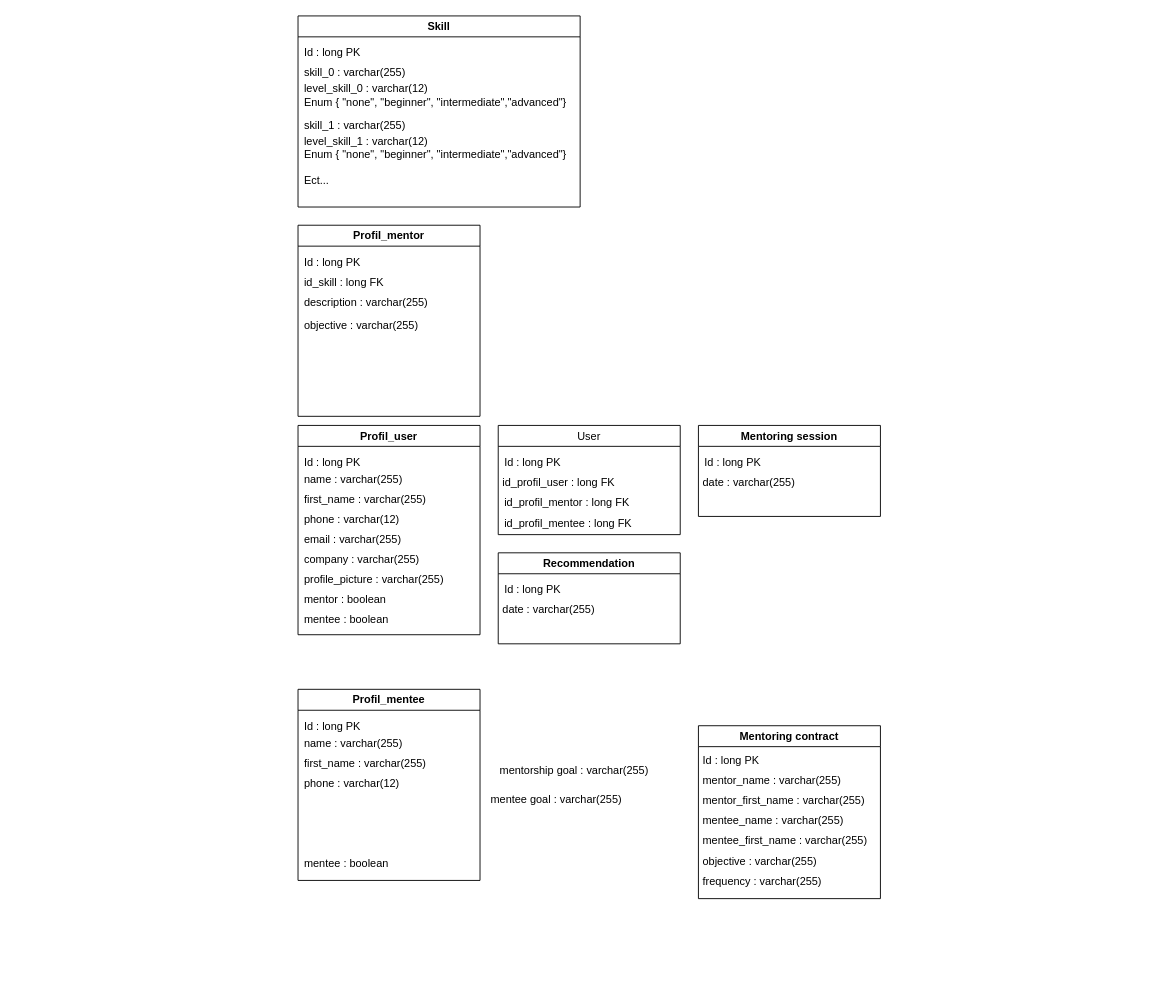
Earlier version of the draw.io diagram Modèle de domaine/Untitled Diagram.drawio (qbeAccountPro/beraud-quentin-projet-3). Source tidied: cells renumbered, new cells numbered last; positions are measured from the earlier drawing's top-left corner, leaving out a move shared by most shapes. Both pictures are drawn from the tidied source at 91%, with x=0, y=0 at pixel (298, 15).
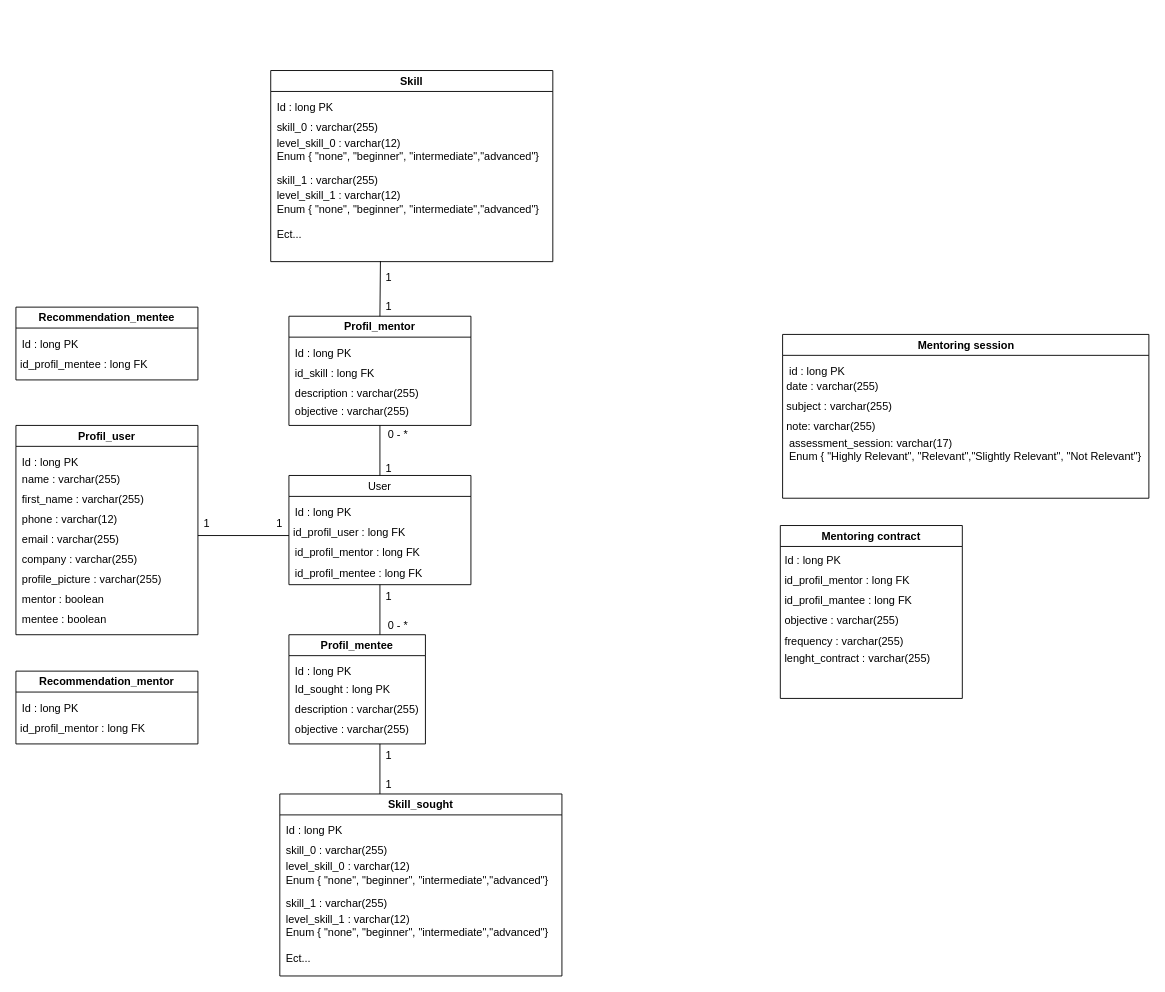
After the change.

Diff of the diagram source:
```diff
@@
     <mxCell id="2" value="User" style="swimlane;whiteSpace=wrap;html=1;fontStyle=0;" parent="1" vertex="1">
-      <mxGeometry x="220" y="450" width="200" height="120" as="geometry" />
+      <mxGeometry x="-10" y="505" width="200" height="120" as="geometry" />
     </mxCell>
@@
     <mxCell id="7" value="Mentoring session" style="swimlane;whiteSpace=wrap;html=1;startSize=23;" parent="1" vertex="1">
-      <mxGeometry x="440" y="450" width="200" height="100" as="geometry" />
+      <mxGeometry x="532.5" y="350" width="402.5" height="180" as="geometry" />
     </mxCell>
-    <mxCell id="8" value="&lt;span style=&quot;background-color: initial;&quot;&gt;Id : long PK&lt;/span&gt;" style="text;html=1;strokeColor=none;fillColor=none;align=left;verticalAlign=middle;whiteSpace=wrap;rounded=0;fontStyle=0;" parent="7" vertex="1">
+    <mxCell id="8" value="&lt;span style=&quot;background-color: initial;&quot;&gt;id : long PK&lt;/span&gt;" style="text;html=1;strokeColor=none;fillColor=none;align=left;verticalAlign=middle;whiteSpace=wrap;rounded=0;fontStyle=0;" parent="7" vertex="1">
       <mxGeometry x="5" y="30" width="195" height="22" as="geometry" />
     </mxCell>
     <mxCell id="9" value="&lt;span style=&quot;background-color: initial;&quot;&gt;date :&amp;nbsp;&lt;/span&gt;varchar(255)" style="text;html=1;strokeColor=none;fillColor=none;align=left;verticalAlign=middle;whiteSpace=wrap;rounded=0;fontStyle=0;" parent="7" vertex="1">
-      <mxGeometry x="2.5" y="52" width="195" height="22" as="geometry" />
+      <mxGeometry x="2.5" y="47" width="195" height="22" as="geometry" />
     </mxCell>
+    <mxCell id="51" value="&lt;span style=&quot;background-color: initial;&quot;&gt;subject :&amp;nbsp;&lt;/span&gt;varchar(255)" style="text;html=1;strokeColor=none;fillColor=none;align=left;verticalAlign=middle;whiteSpace=wrap;rounded=0;fontStyle=0;" parent="7" vertex="1">
+      <mxGeometry x="2.5" y="68" width="195" height="22" as="geometry" />
+    </mxCell>
+    <mxCell id="52" value="&lt;span style=&quot;background-color: initial;&quot;&gt;note:&amp;nbsp;&lt;/span&gt;varchar(255)" style="text;html=1;strokeColor=none;fillColor=none;align=left;verticalAlign=middle;whiteSpace=wrap;rounded=0;fontStyle=0;" parent="7" vertex="1">
+      <mxGeometry x="2.5" y="90" width="195" height="22" as="geometry" />
+    </mxCell>
+    <mxCell id="53" value="&lt;span style=&quot;background-color: initial;&quot;&gt;assessment_session:&amp;nbsp;&lt;/span&gt;varchar(17)&lt;br&gt;Enum { &quot;Highly Relevant&quot;, &quot;Relevant&quot;,&quot;Slightly Relevant&quot;, &quot;Not Relevant&quot;&lt;span style=&quot;background-color: initial;&quot;&gt;}&lt;/span&gt;" style="text;html=1;strokeColor=none;fillColor=none;align=left;verticalAlign=middle;whiteSpace=wrap;rounded=0;fontStyle=0;" parent="7" vertex="1">
+      <mxGeometry x="5" y="112" width="397.5" height="30" as="geometry" />
+    </mxCell>
     <mxCell id="10" value="Mentoring contract" style="swimlane;whiteSpace=wrap;html=1;startSize=23;" parent="1" vertex="1">
-      <mxGeometry x="440" y="780" width="200" height="190" as="geometry" />
+      <mxGeometry x="530" y="560" width="200" height="190" as="geometry" />
     </mxCell>
     <mxCell id="11" value="objective&lt;span style=&quot;background-color: initial;&quot;&gt;&amp;nbsp;: varchar(255)&lt;/span&gt;" style="text;html=1;strokeColor=none;fillColor=none;align=left;verticalAlign=middle;whiteSpace=wrap;rounded=0;fontStyle=0;" parent="10" vertex="1">
-      <mxGeometry x="2.5" y="138" width="195" height="22" as="geometry" />
+      <mxGeometry x="2.5" y="94" width="195" height="22" as="geometry" />
     </mxCell>
-    <mxCell id="12" value="&lt;span style=&quot;background-color: initial;&quot;&gt;mentor_name :&amp;nbsp;&lt;/span&gt;varchar(255)" style="text;html=1;strokeColor=none;fillColor=none;align=left;verticalAlign=middle;whiteSpace=wrap;rounded=0;fontStyle=0;" parent="10" vertex="1">
+    <mxCell id="12" value="id_profil_mentor : long FK" style="text;html=1;strokeColor=none;fillColor=none;align=left;verticalAlign=middle;whiteSpace=wrap;rounded=0;fontStyle=0;" parent="10" vertex="1">
       <mxGeometry x="2.5" y="50" width="195" height="22" as="geometry" />
     </mxCell>
@@
-    <mxCell id="14" value="&lt;span style=&quot;background-color: initial;&quot;&gt;mentor_first_name :&amp;nbsp;&lt;/span&gt;varchar(255)" style="text;html=1;strokeColor=none;fillColor=none;align=left;verticalAlign=middle;whiteSpace=wrap;rounded=0;fontStyle=0;" parent="10" vertex="1">
-      <mxGeometry x="2.5" y="72" width="195" height="22" as="geometry" />
-    </mxCell>
-    <mxCell id="15" value="&lt;span style=&quot;background-color: initial;&quot;&gt;mentee_name :&amp;nbsp;&lt;/span&gt;varchar(255)" style="text;html=1;strokeColor=none;fillColor=none;align=left;verticalAlign=middle;whiteSpace=wrap;rounded=0;fontStyle=0;" parent="10" vertex="1">
-      <mxGeometry x="2.5" y="94" width="195" height="22" as="geometry" />
-    </mxCell>
-    <mxCell id="16" value="&lt;span style=&quot;background-color: initial;&quot;&gt;mentee_first_name :&amp;nbsp;&lt;/span&gt;varchar(255)" style="text;html=1;strokeColor=none;fillColor=none;align=left;verticalAlign=middle;whiteSpace=wrap;rounded=0;fontStyle=0;" parent="10" vertex="1">
-      <mxGeometry x="2.5" y="116" width="195" height="22" as="geometry" />
+    <mxCell id="16" value="id_profil_mantee : long FK" style="text;html=1;strokeColor=none;fillColor=none;align=left;verticalAlign=middle;whiteSpace=wrap;rounded=0;fontStyle=0;" parent="10" vertex="1">
+      <mxGeometry x="2.5" y="72" width="195" height="22" as="geometry" />
     </mxCell>
     <mxCell id="17" value="frequency : varchar(255)" style="text;html=1;strokeColor=none;fillColor=none;align=left;verticalAlign=middle;whiteSpace=wrap;rounded=0;fontStyle=0;" parent="10" vertex="1">
-      <mxGeometry x="2.5" y="160" width="195" height="22" as="geometry" />
+      <mxGeometry x="2.5" y="117" width="195" height="21" as="geometry" />
     </mxCell>
     <mxCell id="18" value="Profil_user" style="swimlane;whiteSpace=wrap;html=1;" parent="1" vertex="1">
-      <mxGeometry y="450" width="200" height="230" as="geometry" />
+      <mxGeometry x="-310" y="450" width="200" height="230" as="geometry" />
     </mxCell>
@@
-    <mxCell id="28" value="Recommendation" style="swimlane;whiteSpace=wrap;html=1;startSize=23;" parent="1" vertex="1">
-      <mxGeometry x="220" y="590" width="200" height="100" as="geometry" />
+    <mxCell id="28" value="Recommendation_mentor" style="swimlane;whiteSpace=wrap;html=1;startSize=23;" parent="1" vertex="1">
+      <mxGeometry x="-310" y="720" width="200" height="80" as="geometry" />
     </mxCell>
@@
-    <mxCell id="30" value="&lt;span style=&quot;background-color: initial;&quot;&gt;date :&amp;nbsp;&lt;/span&gt;varchar(255)" style="text;html=1;strokeColor=none;fillColor=none;align=left;verticalAlign=middle;whiteSpace=wrap;rounded=0;fontStyle=0;" parent="28" vertex="1">
+    <mxCell id="30" value="id_profil_mentor : long FK" style="text;html=1;strokeColor=none;fillColor=none;align=left;verticalAlign=middle;whiteSpace=wrap;rounded=0;fontStyle=0;" parent="28" vertex="1">
       <mxGeometry x="2.5" y="52" width="195" height="22" as="geometry" />
     </mxCell>
     <mxCell id="31" value="Profil_mentor" style="swimlane;whiteSpace=wrap;html=1;" parent="1" vertex="1">
-      <mxGeometry y="230" width="200" height="210" as="geometry" />
+      <mxGeometry x="-10" y="330" width="200" height="120" as="geometry" />
     </mxCell>
@@
     <mxCell id="35" value="objective : varchar(255)" style="text;html=1;strokeColor=none;fillColor=none;align=left;verticalAlign=middle;whiteSpace=wrap;rounded=0;fontStyle=0;" parent="31" vertex="1">
-      <mxGeometry x="5" y="100" width="175" height="22" as="geometry" />
+      <mxGeometry x="5" y="94" width="175" height="22" as="geometry" />
     </mxCell>
     <mxCell id="36" value="Profil_mentee" style="swimlane;whiteSpace=wrap;html=1;" parent="1" vertex="1">
-      <mxGeometry y="740" width="200" height="210" as="geometry" />
+      <mxGeometry x="-10" y="680" width="150" height="120" as="geometry" />
     </mxCell>
@@
-    <mxCell id="38" value="name : varchar(255)" style="text;html=1;strokeColor=none;fillColor=none;align=left;verticalAlign=middle;whiteSpace=wrap;rounded=0;fontStyle=0;" parent="36" vertex="1">
-      <mxGeometry x="5" y="49" width="125" height="22" as="geometry" />
-    </mxCell>
-    <mxCell id="39" value="first_name : varchar(255)" style="text;html=1;strokeColor=none;fillColor=none;align=left;verticalAlign=middle;whiteSpace=wrap;rounded=0;fontStyle=0;" parent="36" vertex="1">
-      <mxGeometry x="5" y="71" width="195" height="22" as="geometry" />
-    </mxCell>
-    <mxCell id="40" value="phone : varchar(12)" style="text;html=1;strokeColor=none;fillColor=none;align=left;verticalAlign=middle;whiteSpace=wrap;rounded=0;fontStyle=0;" parent="36" vertex="1">
-      <mxGeometry x="5" y="93" width="195" height="22" as="geometry" />
-    </mxCell>
-    <mxCell id="41" value="&lt;span style=&quot;background-color: initial;&quot;&gt;mentee : boolean&lt;/span&gt;" style="text;html=1;strokeColor=none;fillColor=none;align=left;verticalAlign=middle;whiteSpace=wrap;rounded=0;fontStyle=0;" parent="36" vertex="1">
-      <mxGeometry x="5" y="181" width="195" height="22" as="geometry" />
-    </mxCell>
-    <mxCell id="42" value="&lt;span style=&quot;background-color: initial;&quot;&gt;mentorship goal : varchar(255)&lt;/span&gt;" style="text;html=1;strokeColor=none;fillColor=none;align=left;verticalAlign=middle;whiteSpace=wrap;rounded=0;fontStyle=0;" parent="1" vertex="1">
-      <mxGeometry x="220" y="819" width="195" height="22" as="geometry" />
-    </mxCell>
-    <mxCell id="43" value="&lt;span style=&quot;background-color: initial;&quot;&gt;mentee goal : varchar(255)&lt;/span&gt;" style="text;html=1;strokeColor=none;fillColor=none;align=left;verticalAlign=middle;whiteSpace=wrap;rounded=0;fontStyle=0;" parent="1" vertex="1">
-      <mxGeometry x="210" y="850" width="195" height="22" as="geometry" />
-    </mxCell>
+    <mxCell id="54" value="Id_sought : long PK" style="text;html=1;strokeColor=none;fillColor=none;align=left;verticalAlign=middle;whiteSpace=wrap;rounded=0;fontStyle=0;" parent="36" vertex="1">
+      <mxGeometry x="5" y="50" width="115" height="22" as="geometry" />
+    </mxCell>
+    <mxCell id="55" value="description : varchar(255)" style="text;html=1;strokeColor=none;fillColor=none;align=left;verticalAlign=middle;whiteSpace=wrap;rounded=0;fontStyle=0;" parent="36" vertex="1">
+      <mxGeometry x="5" y="72" width="175" height="22" as="geometry" />
+    </mxCell>
+    <mxCell id="56" value="objective : varchar(255)" style="text;html=1;strokeColor=none;fillColor=none;align=left;verticalAlign=middle;whiteSpace=wrap;rounded=0;fontStyle=0;" parent="36" vertex="1">
+      <mxGeometry x="5" y="94" width="175" height="22" as="geometry" />
+    </mxCell>
+    <mxCell id="57" style="endArrow=none;html=1;rounded=0;entryX=0.5;entryY=1;entryDx=0;entryDy=0;exitX=0.5;exitY=0;exitDx=0;exitDy=0;" parent="36" edge="1">
+      <mxGeometry relative="1" as="geometry">
+        <mxPoint x="100" y="175" as="sourcePoint" />
+        <mxPoint x="100" y="120" as="targetPoint" />
+      </mxGeometry>
+    </mxCell>
+    <mxCell id="58" value="&lt;br style=&quot;font-size: 12px;&quot;&gt;1" style="text;html=1;strokeColor=none;fillColor=none;align=center;verticalAlign=middle;whiteSpace=wrap;rounded=0;spacing=0;fontSize=12;labelPosition=center;verticalLabelPosition=middle;" parent="36" vertex="1">
+      <mxGeometry x="100" y="110" width="20" height="30" as="geometry" />
+    </mxCell>
+    <mxCell id="59" value="Skill_sought" style="swimlane;whiteSpace=wrap;html=1;startSize=23;" parent="36" vertex="1">
+      <mxGeometry x="-10" y="175" width="310" height="200" as="geometry" />
+    </mxCell>
+    <mxCell id="60" value="Id : long PK" style="text;html=1;strokeColor=none;fillColor=none;align=left;verticalAlign=middle;whiteSpace=wrap;rounded=0;fontStyle=0;" parent="59" vertex="1">
+      <mxGeometry x="5" y="30" width="115" height="22" as="geometry" />
+    </mxCell>
+    <mxCell id="61" value="skill_0 : varchar(255)" style="text;html=1;strokeColor=none;fillColor=none;align=left;verticalAlign=middle;whiteSpace=wrap;rounded=0;fontStyle=0;" parent="59" vertex="1">
+      <mxGeometry x="5" y="52" width="175" height="22" as="geometry" />
+    </mxCell>
+    <mxCell id="62" value="level_skill_0 : varchar(12) &lt;br&gt;Enum { &quot;none&quot;, &quot;beginner&quot;, &quot;intermediate&quot;,&quot;advanced&quot;}" style="text;html=1;strokeColor=none;fillColor=none;align=left;verticalAlign=middle;whiteSpace=wrap;rounded=0;fontStyle=0;" parent="59" vertex="1">
+      <mxGeometry x="5" y="74" width="305" height="26" as="geometry" />
+    </mxCell>
+    <mxCell id="63" value="skill_1 : varchar(255)" style="text;html=1;strokeColor=none;fillColor=none;align=left;verticalAlign=middle;whiteSpace=wrap;rounded=0;fontStyle=0;" parent="59" vertex="1">
+      <mxGeometry x="5" y="110" width="175" height="22" as="geometry" />
+    </mxCell>
+    <mxCell id="64" value="level_skill_1 : varchar(12) &lt;br&gt;Enum { &quot;none&quot;, &quot;beginner&quot;, &quot;intermediate&quot;,&quot;advanced&quot;}" style="text;html=1;strokeColor=none;fillColor=none;align=left;verticalAlign=middle;whiteSpace=wrap;rounded=0;fontStyle=0;" parent="59" vertex="1">
+      <mxGeometry x="5" y="132" width="305" height="26" as="geometry" />
+    </mxCell>
+    <mxCell id="65" value="Ect..." style="text;html=1;strokeColor=none;fillColor=none;align=left;verticalAlign=middle;whiteSpace=wrap;rounded=0;fontStyle=0;" parent="59" vertex="1">
+      <mxGeometry x="5" y="170" width="175" height="22" as="geometry" />
+    </mxCell>
     <mxCell id="44" value="Skill" style="swimlane;whiteSpace=wrap;html=1;" parent="1" vertex="1">
-      <mxGeometry width="310" height="210" as="geometry" />
+      <mxGeometry x="-30" y="60" width="310" height="210" as="geometry" />
     </mxCell>
@@
+    <mxCell id="66" style="endArrow=none;html=1;rounded=0;entryX=0.5;entryY=1;entryDx=0;entryDy=0;exitX=0.5;exitY=0;exitDx=0;exitDy=0;" parent="1" edge="1" source="2" target="31">
+      <mxGeometry relative="1" as="geometry" />
+    </mxCell>
+    <mxCell id="67" value="&lt;br style=&quot;font-size: 12px;&quot;&gt;1" style="text;html=1;strokeColor=none;fillColor=none;align=center;verticalAlign=middle;whiteSpace=wrap;rounded=0;spacing=0;fontSize=12;labelPosition=center;verticalLabelPosition=middle;" parent="1" vertex="1">
+      <mxGeometry x="90" y="475" width="20" height="30" as="geometry" />
+    </mxCell>
+    <mxCell id="68" value="0 - *" style="text;html=1;strokeColor=none;fillColor=none;align=center;verticalAlign=middle;whiteSpace=wrap;rounded=0;spacing=0;fontSize=12;labelPosition=center;verticalLabelPosition=middle;strokeWidth=0;" parent="1" vertex="1">
+      <mxGeometry x="90" y="450" width="40" height="20" as="geometry" />
+    </mxCell>
+    <mxCell id="69" style="endArrow=none;html=1;rounded=0;entryX=0.5;entryY=1;entryDx=0;entryDy=0;exitX=0.5;exitY=0;exitDx=0;exitDy=0;" parent="1" edge="1">
+      <mxGeometry relative="1" as="geometry">
+        <mxPoint x="90" y="680" as="sourcePoint" />
+        <mxPoint x="90" y="625" as="targetPoint" />
+      </mxGeometry>
+    </mxCell>
+    <mxCell id="70" value="&lt;br style=&quot;font-size: 12px;&quot;&gt;1" style="text;html=1;strokeColor=none;fillColor=none;align=center;verticalAlign=middle;whiteSpace=wrap;rounded=0;spacing=0;fontSize=12;labelPosition=center;verticalLabelPosition=middle;" parent="1" vertex="1">
+      <mxGeometry x="90" y="615" width="20" height="30" as="geometry" />
+    </mxCell>
+    <mxCell id="71" value="0 - *" style="text;html=1;strokeColor=none;fillColor=none;align=center;verticalAlign=middle;whiteSpace=wrap;rounded=0;spacing=0;fontSize=12;labelPosition=center;verticalLabelPosition=middle;" parent="1" vertex="1">
+      <mxGeometry x="90" y="660" width="40" height="20" as="geometry" />
+    </mxCell>
+    <mxCell id="72" style="endArrow=none;html=1;rounded=0;spacing=0;" parent="1" edge="1">
+      <mxGeometry relative="1" as="geometry">
+        <mxPoint x="-10" y="571" as="sourcePoint" />
+        <mxPoint x="-110" y="571" as="targetPoint" />
+      </mxGeometry>
+    </mxCell>
+    <mxCell id="73" value="&lt;br style=&quot;font-size: 12px;&quot;&gt;1" style="text;html=1;strokeColor=none;fillColor=none;align=center;verticalAlign=middle;whiteSpace=wrap;rounded=0;spacing=0;fontSize=12;labelPosition=center;verticalLabelPosition=middle;" parent="1" vertex="1">
+      <mxGeometry x="-110" y="540" width="20" height="20" as="geometry" />
+    </mxCell>
+    <mxCell id="74" value="&lt;br style=&quot;font-size: 12px;&quot;&gt;1" style="text;html=1;strokeColor=none;fillColor=none;align=center;verticalAlign=middle;whiteSpace=wrap;rounded=0;spacing=0;fontSize=12;labelPosition=center;verticalLabelPosition=middle;" parent="1" vertex="1">
+      <mxGeometry x="-30" y="540" width="20" height="20" as="geometry" />
+    </mxCell>
+    <mxCell id="75" value="1" style="text;html=1;strokeColor=none;fillColor=none;align=center;verticalAlign=middle;whiteSpace=wrap;rounded=0;spacing=0;fontSize=12;labelPosition=center;verticalLabelPosition=middle;" parent="1" vertex="1">
+      <mxGeometry x="80" y="835" width="40" height="20" as="geometry" />
+    </mxCell>
+    <mxCell id="76" style="endArrow=none;html=1;rounded=0;entryX=0.028;entryY=0.147;entryDx=0;entryDy=0;exitX=0.5;exitY=0;exitDx=0;exitDy=0;entryPerimeter=0;" parent="1" edge="1" target="77">
+      <mxGeometry relative="1" as="geometry">
+        <mxPoint x="90" y="330" as="sourcePoint" />
+      </mxGeometry>
+    </mxCell>
+    <mxCell id="77" value="&lt;br style=&quot;font-size: 12px;&quot;&gt;1" style="text;html=1;strokeColor=none;fillColor=none;align=center;verticalAlign=middle;whiteSpace=wrap;rounded=0;spacing=0;fontSize=12;labelPosition=center;verticalLabelPosition=middle;" parent="1" vertex="1">
+      <mxGeometry x="90" y="265" width="20" height="30" as="geometry" />
+    </mxCell>
+    <mxCell id="78" value="1" style="text;html=1;strokeColor=none;fillColor=none;align=center;verticalAlign=middle;whiteSpace=wrap;rounded=0;spacing=0;fontSize=12;labelPosition=center;verticalLabelPosition=middle;strokeWidth=0;" parent="1" vertex="1">
+      <mxGeometry x="90" y="310" width="20" height="20" as="geometry" />
+    </mxCell>
+    <mxCell id="79" value="lenght_contract : varchar(255)" style="text;html=1;strokeColor=none;fillColor=none;align=left;verticalAlign=middle;whiteSpace=wrap;rounded=0;fontStyle=0;" parent="1" vertex="1">
+      <mxGeometry x="532.5" y="695" width="195" height="21" as="geometry" />
+    </mxCell>
+    <mxCell id="80" value="Recommendation_mentee" style="swimlane;whiteSpace=wrap;html=1;startSize=23;" parent="1" vertex="1">
+      <mxGeometry x="-310" y="320" width="200" height="80" as="geometry" />
+    </mxCell>
+    <mxCell id="81" value="&lt;span style=&quot;background-color: initial;&quot;&gt;Id : long PK&lt;/span&gt;" style="text;html=1;strokeColor=none;fillColor=none;align=left;verticalAlign=middle;whiteSpace=wrap;rounded=0;fontStyle=0;" parent="80" vertex="1">
+      <mxGeometry x="5" y="30" width="195" height="22" as="geometry" />
+    </mxCell>
+    <mxCell id="82" value="id_profil_mentee : long FK" style="text;html=1;strokeColor=none;fillColor=none;align=left;verticalAlign=middle;whiteSpace=wrap;rounded=0;fontStyle=0;" parent="80" vertex="1">
+      <mxGeometry x="2.5" y="52" width="195" height="22" as="geometry" />
+    </mxCell>
```
